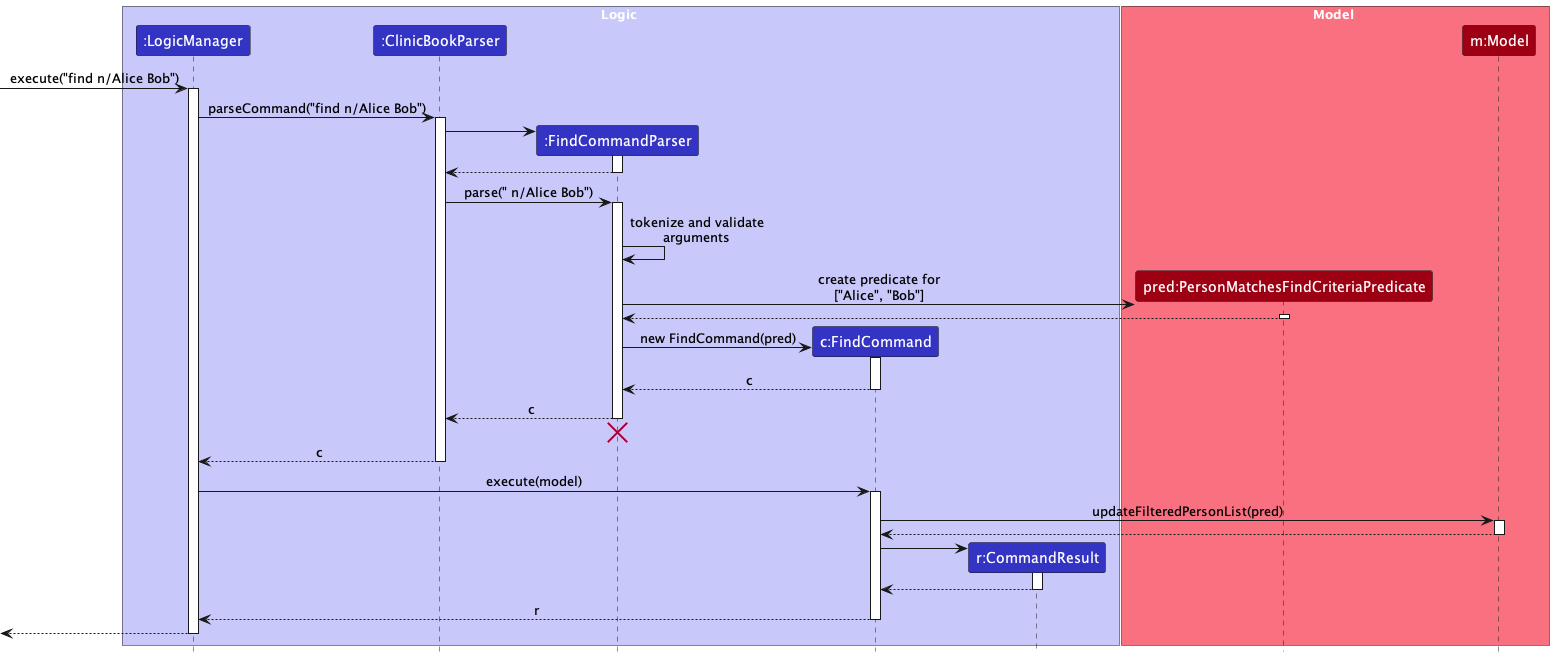
Above: docs/images/FindSequenceDiagram.png in AY2526S2-CS2103-T11-3/tp (PlantUML), before the change. Its diagram source:
```plantuml
@startuml
!include style.puml
skinparam ArrowFontStyle plain

box Logic LOGIC_COLOR_T1
participant ":LogicManager" as LogicManager LOGIC_COLOR
participant ":ClinicBookParser" as ClinicBookParser LOGIC_COLOR
participant ":FindCommandParser" as FindCommandParser LOGIC_COLOR
participant "c:FindCommand" as FindCommand LOGIC_COLOR
participant "r:CommandResult" as CommandResult LOGIC_COLOR
end box

box Model MODEL_COLOR_T1
participant "pred:PersonMatchesFindCriteriaPredicate" as Predicate MODEL_COLOR
participant "m:Model" as Model MODEL_COLOR
end box

[-> LogicManager : execute("find n/Alice Bob")
activate LogicManager

LogicManager -> ClinicBookParser : parseCommand("find n/Alice Bob")
activate ClinicBookParser

create FindCommandParser
ClinicBookParser -> FindCommandParser
activate FindCommandParser

FindCommandParser --> ClinicBookParser
deactivate FindCommandParser

ClinicBookParser -> FindCommandParser : parse(" n/Alice Bob")
activate FindCommandParser

FindCommandParser -> FindCommandParser : tokenize and validate\narguments

create Predicate
FindCommandParser -> Predicate : create predicate for\n["Alice", "Bob"]
activate Predicate

Predicate --> FindCommandParser
deactivate Predicate

create FindCommand
FindCommandParser -> FindCommand : new FindCommand(pred)
activate FindCommand

FindCommand --> FindCommandParser : c
deactivate FindCommand

FindCommandParser --> ClinicBookParser : c
deactivate FindCommandParser
FindCommandParser -[hidden]-> ClinicBookParser
destroy FindCommandParser

ClinicBookParser --> LogicManager : c
deactivate ClinicBookParser

LogicManager -> FindCommand : execute(model)
activate FindCommand

FindCommand -> Model : updateFilteredPersonList(pred)
activate Model

Model --> FindCommand
deactivate Model

create CommandResult
FindCommand -> CommandResult
activate CommandResult

CommandResult --> FindCommand
deactivate CommandResult

FindCommand --> LogicManager : r
deactivate FindCommand

[<-- LogicManager
deactivate LogicManager
@enduml
```
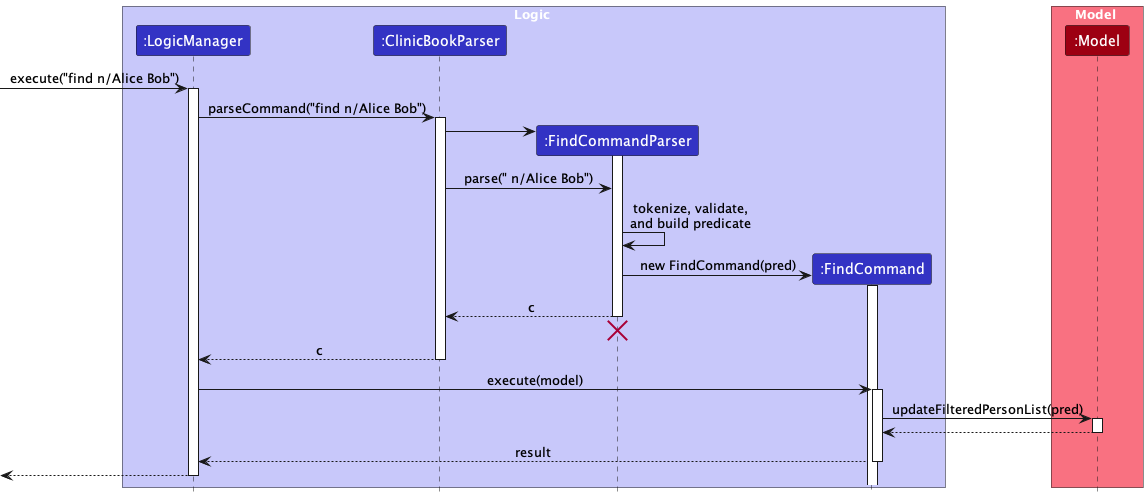
After the change.

Commit message:
PE-D Developer Guide: Update find command

Diff of the diagram source:
```diff
@@ -6,13 +6,11 @@
 participant ":LogicManager" as LogicManager LOGIC_COLOR
 participant ":ClinicBookParser" as ClinicBookParser LOGIC_COLOR
 participant ":FindCommandParser" as FindCommandParser LOGIC_COLOR
-participant "c:FindCommand" as FindCommand LOGIC_COLOR
-participant "r:CommandResult" as CommandResult LOGIC_COLOR
+participant ":FindCommand" as FindCommand LOGIC_COLOR
 end box
 
 box Model MODEL_COLOR_T1
-participant "pred:PersonMatchesFindCriteriaPredicate" as Predicate MODEL_COLOR
-participant "m:Model" as Model MODEL_COLOR
+participant ":Model" as Model MODEL_COLOR
 end box
 
 [-> LogicManager : execute("find n/Alice Bob")
@@ -25,26 +23,14 @@
 ClinicBookParser -> FindCommandParser
 activate FindCommandParser
 
-FindCommandParser --> ClinicBookParser
-deactivate FindCommandParser
+ClinicBookParser -> FindCommandParser : parse(" n/Alice Bob")
 
-ClinicBookParser -> FindCommandParser : parse(" n/Alice Bob")
-activate FindCommandParser
-
-FindCommandParser -> FindCommandParser : tokenize and validate\narguments
-
-create Predicate
-FindCommandParser -> Predicate : create predicate for\n["Alice", "Bob"]
-activate Predicate
-
-Predicate --> FindCommandParser
-deactivate Predicate
+FindCommandParser -> FindCommandParser : tokenize, validate,\nand build predicate
 
 create FindCommand
 FindCommandParser -> FindCommand : new FindCommand(pred)
 activate FindCommand
 
-FindCommand --> FindCommandParser : c
 deactivate FindCommand
 
 FindCommandParser --> ClinicBookParser : c
@@ -64,14 +50,7 @@
 Model --> FindCommand
 deactivate Model
 
-create CommandResult
-FindCommand -> CommandResult
-activate CommandResult
-
-CommandResult --> FindCommand
-deactivate CommandResult
-
-FindCommand --> LogicManager : r
+FindCommand --> LogicManager : result
 deactivate FindCommand
 
 [<-- LogicManager
```
